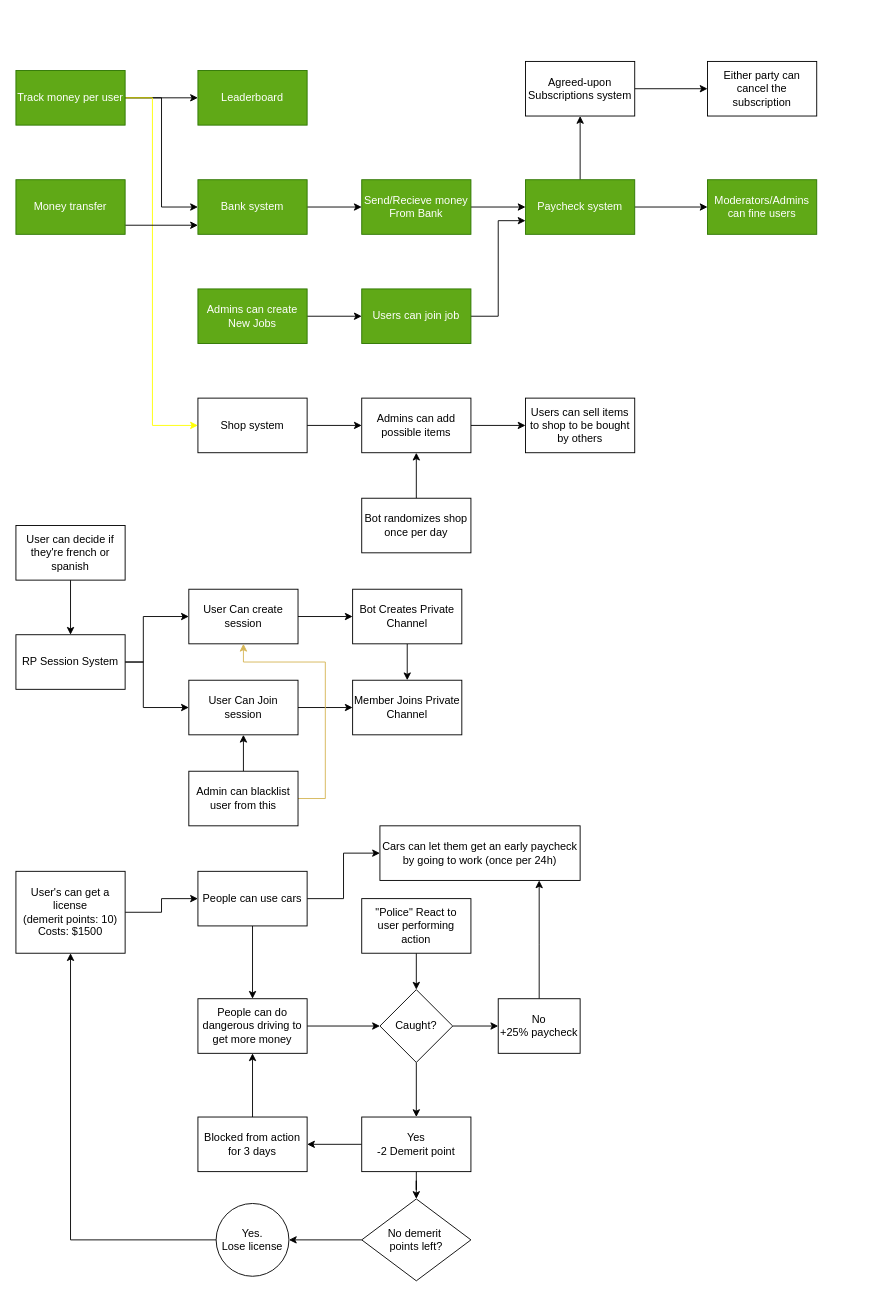
Ames-hub/Metrobot keeps this draw.io diagram as documentation/roadmap.drawio. Above is the earlier version. Source tidied: cells renumbered, new cells numbered last; positions are measured from the earlier drawing's top-left corner, leaving out a move shared by most shapes. Both pictures are drawn from the tidied source at 91%, with x=0, y=0 at pixel (15, 61).
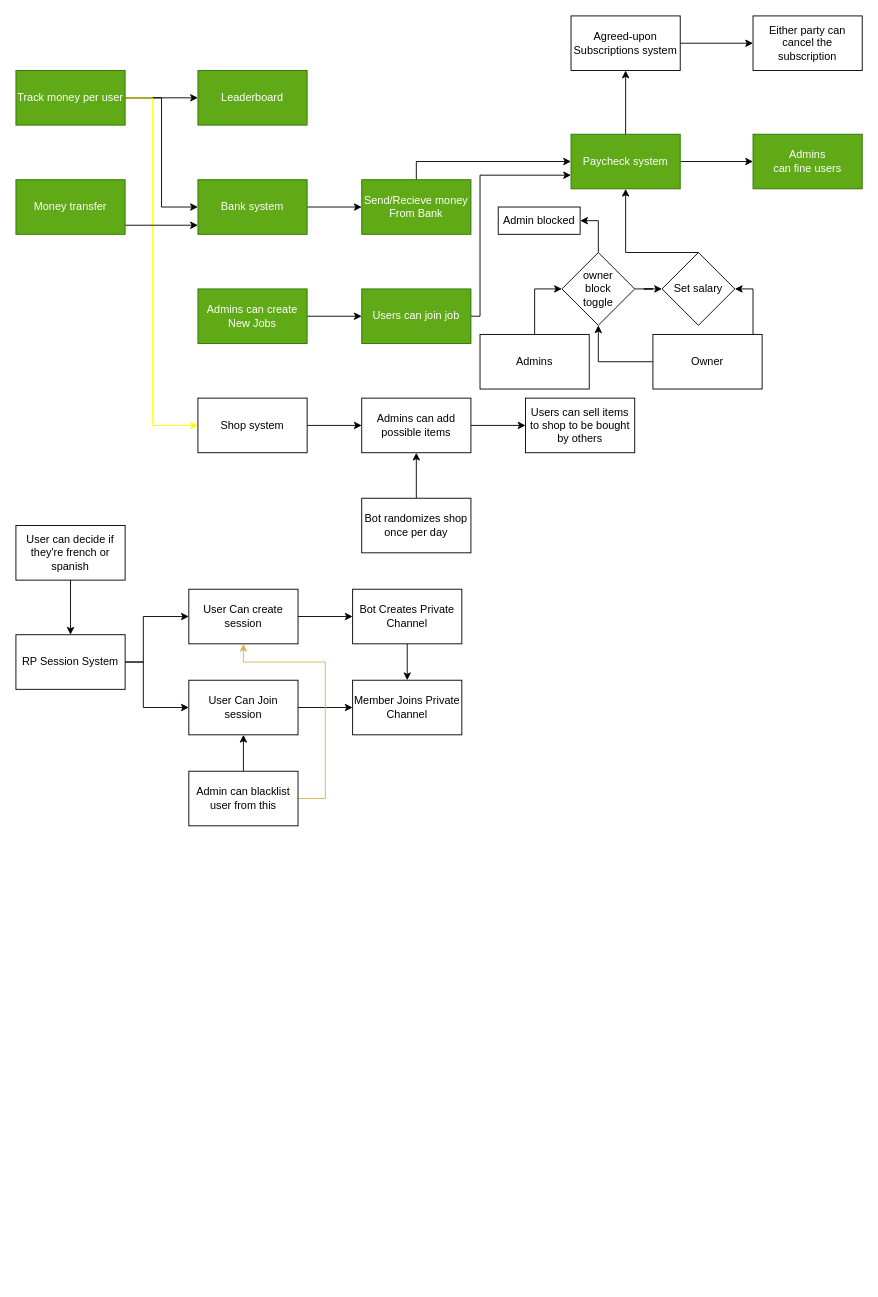
The same page after the edit.

The change refers to these unchanged cells:
```xml
<mxCell id="12" value="Send/Recieve money&lt;div&gt;From Bank&lt;/div&gt;" style="rounded=0;whiteSpace=wrap;html=1;fillColor=#60a917;fontColor=#ffffff;strokeColor=#2D7600;" parent="1" vertex="1">
  <mxGeometry x="380" y="130" width="120" height="60" as="geometry" />
</mxCell>
<mxCell id="17" value="Users can join job" style="rounded=0;whiteSpace=wrap;html=1;fillColor=#60a917;fontColor=#ffffff;strokeColor=#2D7600;" parent="1" vertex="1">
  <mxGeometry x="380" y="250" width="120" height="60" as="geometry" />
</mxCell>
```

The edit, as a diff of the source:
```diff
@@
     <mxCell id="11" style="edgeStyle=orthogonalEdgeStyle;rounded=0;jettySize=auto;html=1;" parent="1" edge="1" source="12" target="15">
-      <mxGeometry relative="1" as="geometry" />
+      <mxGeometry relative="1" as="geometry">
+        <Array as="points">
+          <mxPoint x="440" y="110" />
+        </Array>
+      </mxGeometry>
     </mxCell>
@@
     <mxCell id="15" value="Paycheck system" style="rounded=0;whiteSpace=wrap;html=1;fillColor=#60a917;fontColor=#ffffff;strokeColor=#2D7600;" parent="1" vertex="1">
-      <mxGeometry x="560" y="130" width="120" height="60" as="geometry" />
+      <mxGeometry x="610" y="80" width="120" height="60" as="geometry" />
     </mxCell>
     <mxCell id="16" style="edgeStyle=orthogonalEdgeStyle;rounded=0;jettySize=auto;html=1;entryX=0;entryY=0.75;entryDx=0;entryDy=0;" parent="1" edge="1" source="17" target="15">
-      <mxGeometry relative="1" as="geometry" />
+      <mxGeometry relative="1" as="geometry">
+        <Array as="points">
+          <mxPoint x="510" y="280" />
+          <mxPoint x="510" y="125" />
+        </Array>
+      </mxGeometry>
     </mxCell>
@@
     <mxCell id="28" value="Agreed-upon&lt;div&gt;Subscriptions system&lt;/div&gt;" style="rounded=0;whiteSpace=wrap;html=1;" parent="1" vertex="1">
-      <mxGeometry x="560" width="120" height="60" as="geometry" />
+      <mxGeometry x="610" y="-50" width="120" height="60" as="geometry" />
     </mxCell>
     <mxCell id="29" value="Either party can cancel the subscription" style="rounded=0;whiteSpace=wrap;html=1;" parent="1" vertex="1">
-      <mxGeometry x="760" width="120" height="60" as="geometry" />
+      <mxGeometry x="810" y="-50" width="120" height="60" as="geometry" />
     </mxCell>
-    <mxCell id="30" value="Moderators/Admins&lt;div&gt;can fine users&lt;/div&gt;" style="rounded=0;whiteSpace=wrap;html=1;fillColor=#60a917;fontColor=#ffffff;strokeColor=#2D7600;" parent="1" vertex="1">
-      <mxGeometry x="760" y="130" width="120" height="60" as="geometry" />
+    <mxCell id="30" value="Admins&lt;div&gt;can fine users&lt;/div&gt;" style="rounded=0;whiteSpace=wrap;html=1;fillColor=#60a917;fontColor=#ffffff;strokeColor=#2D7600;" parent="1" vertex="1">
+      <mxGeometry x="810" y="80" width="120" height="60" as="geometry" />
     </mxCell>
@@
-    <mxCell id="46" style="edgeStyle=orthogonalEdgeStyle;rounded=0;jettySize=auto;html=1;" parent="1" edge="1" source="47" target="50">
-      <mxGeometry relative="1" as="geometry" />
-    </mxCell>
-    <mxCell id="47" value="User's can get a license&lt;div&gt;(demerit points: 10)&lt;/div&gt;&lt;div&gt;Costs: $1500&lt;/div&gt;" style="rounded=0;whiteSpace=wrap;html=1;" parent="1" vertex="1">
-      <mxGeometry y="890" width="120" height="90" as="geometry" />
-    </mxCell>
-    <mxCell id="48" style="edgeStyle=orthogonalEdgeStyle;rounded=0;jettySize=auto;html=1;" parent="1" edge="1" source="50" target="51">
-      <mxGeometry relative="1" as="geometry" />
-    </mxCell>
-    <mxCell id="49" style="edgeStyle=orthogonalEdgeStyle;rounded=0;jettySize=auto;html=1;" parent="1" edge="1" source="50" target="53">
-      <mxGeometry relative="1" as="geometry" />
-    </mxCell>
-    <mxCell id="50" value="People can use cars" style="rounded=0;whiteSpace=wrap;html=1;" parent="1" vertex="1">
-      <mxGeometry x="200" y="890" width="120" height="60" as="geometry" />
-    </mxCell>
-    <mxCell id="51" value="Cars can let them get an early paycheck by going to work (once per 24h)" style="whiteSpace=wrap;html=1;rounded=0;" parent="1" vertex="1">
-      <mxGeometry x="400" y="840" width="220" height="60" as="geometry" />
-    </mxCell>
-    <mxCell id="52" style="edgeStyle=orthogonalEdgeStyle;rounded=0;jettySize=auto;html=1;" parent="1" edge="1" source="53" target="56">
-      <mxGeometry relative="1" as="geometry" />
-    </mxCell>
-    <mxCell id="53" value="People can do dangerous driving to get more money" style="rounded=0;whiteSpace=wrap;html=1;" parent="1" vertex="1">
-      <mxGeometry x="200" y="1030" width="120" height="60" as="geometry" />
-    </mxCell>
-    <mxCell id="54" style="edgeStyle=orthogonalEdgeStyle;rounded=0;jettySize=auto;html=1;" parent="1" edge="1" source="56" target="58">
-      <mxGeometry relative="1" as="geometry" />
-    </mxCell>
-    <mxCell id="55" style="edgeStyle=orthogonalEdgeStyle;rounded=0;jettySize=auto;html=1;" parent="1" edge="1" source="56" target="61">
-      <mxGeometry relative="1" as="geometry" />
-    </mxCell>
-    <mxCell id="56" value="Caught?" style="rhombus;whiteSpace=wrap;html=1;" parent="1" vertex="1">
-      <mxGeometry x="400" y="1020" width="80" height="80" as="geometry" />
-    </mxCell>
-    <mxCell id="57" style="edgeStyle=orthogonalEdgeStyle;rounded=0;jettySize=auto;html=1;" parent="1" edge="1" source="58" target="51">
-      <mxGeometry relative="1" as="geometry">
-        <Array as="points">
-          <mxPoint x="575" y="970" />
-          <mxPoint x="575" y="970" />
-        </Array>
-      </mxGeometry>
-    </mxCell>
-    <mxCell id="58" value="No&lt;div&gt;+25% paycheck&lt;/div&gt;" style="rounded=0;whiteSpace=wrap;html=1;" parent="1" vertex="1">
-      <mxGeometry x="530" y="1030" width="90" height="60" as="geometry" />
-    </mxCell>
-    <mxCell id="59" style="edgeStyle=orthogonalEdgeStyle;rounded=0;jettySize=auto;html=1;" parent="1" edge="1" source="61" target="63">
-      <mxGeometry relative="1" as="geometry" />
-    </mxCell>
-    <mxCell id="60" style="edgeStyle=orthogonalEdgeStyle;rounded=0;jettySize=auto;html=1;" parent="1" edge="1" source="61" target="65">
-      <mxGeometry relative="1" as="geometry" />
-    </mxCell>
-    <mxCell id="61" value="Yes&lt;div&gt;-2 Demerit point&lt;/div&gt;" style="rounded=0;whiteSpace=wrap;html=1;" parent="1" vertex="1">
-      <mxGeometry x="380" y="1160" width="120" height="60" as="geometry" />
-    </mxCell>
-    <mxCell id="62" style="edgeStyle=orthogonalEdgeStyle;rounded=0;jettySize=auto;html=1;" parent="1" edge="1" source="63" target="53">
-      <mxGeometry relative="1" as="geometry" />
-    </mxCell>
-    <mxCell id="63" value="Blocked from action for 3 days" style="rounded=0;whiteSpace=wrap;html=1;" parent="1" vertex="1">
-      <mxGeometry x="200" y="1160" width="120" height="60" as="geometry" />
-    </mxCell>
-    <mxCell id="64" style="edgeStyle=orthogonalEdgeStyle;rounded=0;jettySize=auto;html=1;" parent="1" edge="1" source="65" target="67">
-      <mxGeometry relative="1" as="geometry" />
-    </mxCell>
-    <mxCell id="65" value="No demerit&amp;nbsp;&lt;div&gt;points left?&lt;/div&gt;" style="rhombus;whiteSpace=wrap;html=1;" parent="1" vertex="1">
-      <mxGeometry x="380" y="1250" width="120" height="90" as="geometry" />
-    </mxCell>
-    <mxCell id="66" style="edgeStyle=orthogonalEdgeStyle;rounded=0;jettySize=auto;html=1;entryX=0.5;entryY=1;entryDx=0;entryDy=0;" parent="1" edge="1" source="67" target="47">
-      <mxGeometry relative="1" as="geometry" />
-    </mxCell>
-    <mxCell id="67" value="Yes.&lt;div&gt;Lose license&lt;/div&gt;" style="ellipse;whiteSpace=wrap;html=1;" parent="1" vertex="1">
-      <mxGeometry x="220" y="1255" width="80" height="80" as="geometry" />
-    </mxCell>
-    <mxCell id="68" style="edgeStyle=orthogonalEdgeStyle;rounded=0;jettySize=auto;html=1;" parent="1" edge="1" source="69" target="56">
-      <mxGeometry relative="1" as="geometry" />
-    </mxCell>
-    <mxCell id="69" value="&quot;Police&quot; React to&lt;div&gt;user performing action&lt;/div&gt;" style="rounded=0;whiteSpace=wrap;html=1;" parent="1" vertex="1">
-      <mxGeometry x="380" y="920" width="120" height="60" as="geometry" />
-    </mxCell>
+    <mxCell id="70" style="edgeStyle=orthogonalEdgeStyle;rounded=0;jettySize=auto;html=1;" parent="1" edge="1" source="72" target="78">
+      <mxGeometry relative="1" as="geometry" />
+    </mxCell>
+    <mxCell id="71" style="edgeStyle=orthogonalEdgeStyle;rounded=0;jettySize=auto;html=1;entryX=1;entryY=0.5;entryDx=0;entryDy=0;" parent="1" edge="1" source="72" target="75">
+      <mxGeometry relative="1" as="geometry">
+        <Array as="points">
+          <mxPoint x="810" y="250" />
+        </Array>
+      </mxGeometry>
+    </mxCell>
+    <mxCell id="72" value="Owner" style="rounded=0;whiteSpace=wrap;html=1;" parent="1" vertex="1">
+      <mxGeometry x="700" y="300" width="120" height="60" as="geometry" />
+    </mxCell>
+    <mxCell id="73" value="Admins" style="rounded=0;whiteSpace=wrap;html=1;" parent="1" vertex="1">
+      <mxGeometry x="510" y="300" width="120" height="60" as="geometry" />
+    </mxCell>
+    <mxCell id="74" style="edgeStyle=orthogonalEdgeStyle;rounded=0;jettySize=auto;html=1;" parent="1" edge="1" source="75" target="15">
+      <mxGeometry relative="1" as="geometry">
+        <Array as="points">
+          <mxPoint x="670" y="210" />
+          <mxPoint x="670" y="210" />
+        </Array>
+      </mxGeometry>
+    </mxCell>
+    <mxCell id="75" value="Set salary" style="rhombus;whiteSpace=wrap;html=1;" parent="1" vertex="1">
+      <mxGeometry x="710" y="210" width="80" height="80" as="geometry" />
+    </mxCell>
+    <mxCell id="76" style="edgeStyle=orthogonalEdgeStyle;rounded=0;jettySize=auto;html=1;" parent="1" edge="1" source="78" target="75">
+      <mxGeometry relative="1" as="geometry" />
+    </mxCell>
+    <mxCell id="77" style="edgeStyle=orthogonalEdgeStyle;rounded=0;jettySize=auto;html=1;entryX=1;entryY=0.5;entryDx=0;entryDy=0;" parent="1" edge="1" source="78" target="80">
+      <mxGeometry relative="1" as="geometry" />
+    </mxCell>
+    <mxCell id="78" value="owner&lt;div&gt;block&lt;/div&gt;&lt;div&gt;toggle&lt;/div&gt;" style="rhombus;whiteSpace=wrap;html=1;" parent="1" vertex="1">
+      <mxGeometry x="600" y="210" width="80" height="80" as="geometry" />
+    </mxCell>
+    <mxCell id="79" style="edgeStyle=orthogonalEdgeStyle;rounded=0;jettySize=auto;html=1;entryX=0;entryY=0.5;entryDx=0;entryDy=0;entryPerimeter=0;" parent="1" edge="1" source="73" target="78">
+      <mxGeometry relative="1" as="geometry" />
+    </mxCell>
+    <mxCell id="80" value="Admin blocked" style="rounded=0;whiteSpace=wrap;html=1;" parent="1" vertex="1">
+      <mxGeometry x="530" y="160" width="90" height="30" as="geometry" />
+    </mxCell>
```
